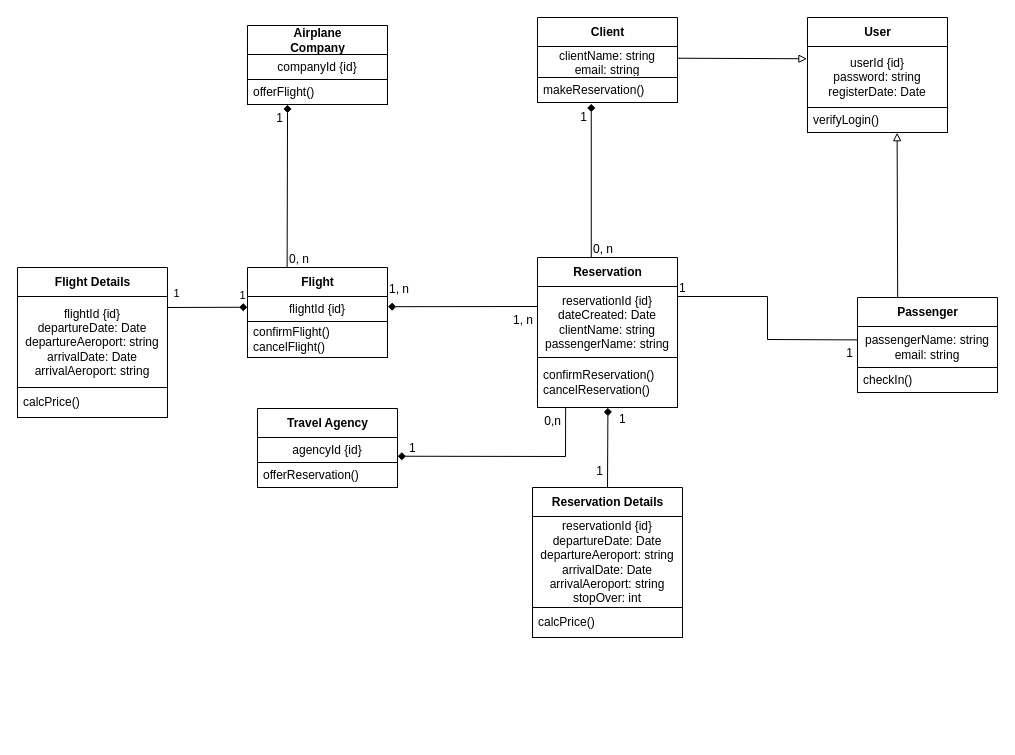
This is src/diag_class.drawio from plx-edu/brief-travel-uml, a draw.io file, before an edit. Source tidied: cells renumbered, new cells numbered last; positions are measured from the earlier drawing's top-left corner, leaving out a move shared by most shapes. Both pictures are drawn from the tidied source at 100%, with x=0, y=0 at pixel (17, 17).
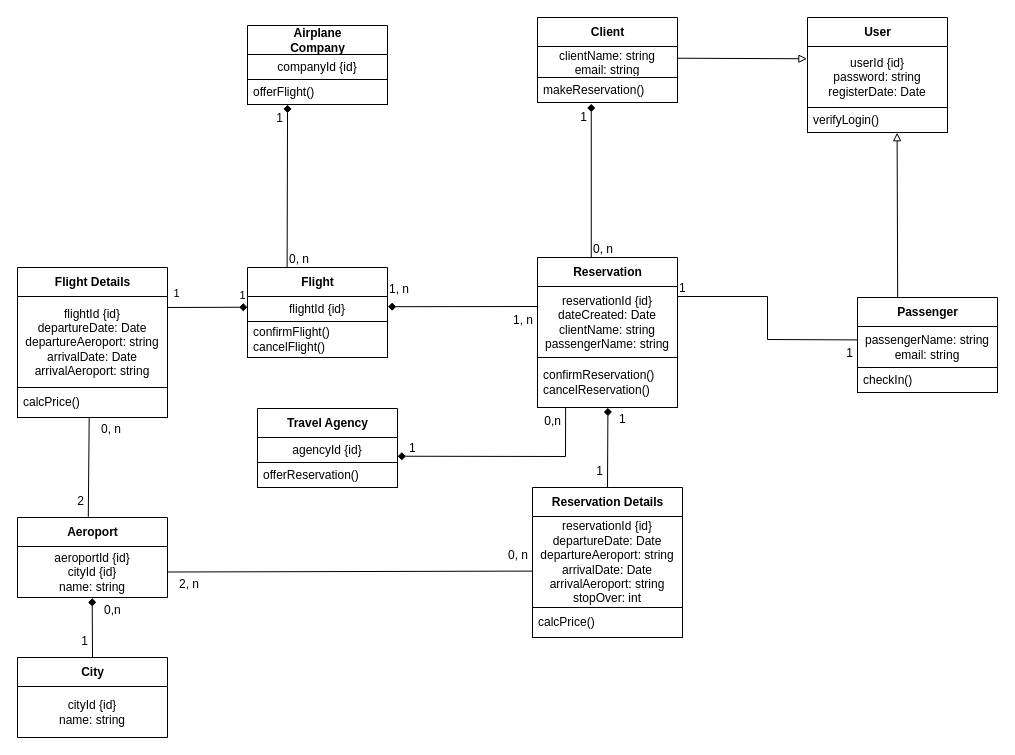
Above is the later version.

Commit message (it also covers changes not shown here):
Updated class diagram, added aeroport & city

The change refers to these unchanged cells:
```xml
<mxCell id="42" value="reservationId {id}&lt;br&gt;departureDate: Date&lt;br&gt;departureAeroport: string&lt;br&gt;arrivalDate: Date&lt;br&gt;arrivalAeroport: string&lt;br&gt;stopOver: int" style="text;html=1;strokeColor=none;fillColor=none;align=center;verticalAlign=middle;spacingLeft=4;spacingRight=4;overflow=hidden;points=[[0,0.5],[1,0.5]];portConstraint=eastwest;" parent="41" vertex="1">
  <mxGeometry y="29" width="150" height="91" as="geometry" />
</mxCell>
<mxCell id="48" value="calcPrice()" style="text;html=1;strokeColor=default;fillColor=none;align=left;verticalAlign=middle;spacingLeft=4;spacingRight=4;overflow=hidden;points=[[0,0.5],[1,0.5]];portConstraint=eastwest;" parent="46" vertex="1">
  <mxGeometry y="120" width="150" height="30" as="geometry" />
</mxCell>
```

What changed in the source:
```diff
@@
+    <mxCell id="56" value="Aeroport" style="swimlane;fontStyle=1;align=center;verticalAlign=middle;horizontal=1;startSize=29;html=1;" parent="1" vertex="1">
+      <mxGeometry y="500" width="150" height="80" as="geometry" />
+    </mxCell>
+    <mxCell id="57" value="aeroportId {id}&lt;br&gt;cityId {id}&lt;br&gt;name: string&lt;br&gt;" style="text;html=1;strokeColor=none;fillColor=none;align=center;verticalAlign=middle;spacingLeft=4;spacingRight=4;overflow=hidden;points=[[0,0.5],[1,0.5]];portConstraint=eastwest;" parent="56" vertex="1">
+      <mxGeometry y="29" width="150" height="51" as="geometry" />
+    </mxCell>
+    <mxCell id="58" value="City" style="swimlane;fontStyle=1;align=center;verticalAlign=middle;horizontal=1;startSize=29;html=1;" parent="1" vertex="1">
+      <mxGeometry y="640" width="150" height="80" as="geometry" />
+    </mxCell>
+    <mxCell id="59" value="cityId {id}&lt;br&gt;name: string" style="text;html=1;strokeColor=none;fillColor=none;align=center;verticalAlign=middle;spacingLeft=4;spacingRight=4;overflow=hidden;" parent="58" vertex="1">
+      <mxGeometry y="29" width="150" height="51" as="geometry" />
+    </mxCell>
+    <mxCell id="60" style="endArrow=none;html=1;rounded=0;align=center;verticalAlign=top;endFill=0;labelBackgroundColor=none;entryX=0.5;entryY=0;entryDx=0;entryDy=0;exitX=0.498;exitY=1.013;exitDx=0;exitDy=0;exitPerimeter=0;startArrow=diamond;startFill=1;" parent="1" edge="1" source="57" target="58">
+      <mxGeometry x="-0.07" y="5" relative="1" as="geometry" />
+    </mxCell>
+    <mxCell id="61" value="0,n" style="html=1;align=left;verticalAlign=bottom;labelBackgroundColor=none;" parent="60" vertex="1">
+      <mxGeometry x="-1" relative="1" as="geometry">
+        <mxPoint x="10" y="20" as="offset" />
+      </mxGeometry>
+    </mxCell>
+    <mxCell id="62" value="1" style="html=1;align=right;verticalAlign=top;labelBackgroundColor=none;" parent="60" vertex="1">
+      <mxGeometry x="1" relative="1" as="geometry">
+        <mxPoint x="-4" y="-30" as="offset" />
+      </mxGeometry>
+    </mxCell>
+    <mxCell id="63" style="endArrow=none;html=1;rounded=0;align=center;verticalAlign=top;endFill=0;labelBackgroundColor=none;entryX=0;entryY=0.6;entryDx=0;entryDy=0;exitX=1;exitY=0.5;exitDx=0;exitDy=0;startArrow=none;startFill=0;entryPerimeter=0;" parent="1" edge="1" source="57" target="42">
+      <mxGeometry x="-0.07" y="5" relative="1" as="geometry" />
+    </mxCell>
+    <mxCell id="64" value="2, n&lt;br&gt;" style="html=1;align=left;verticalAlign=bottom;labelBackgroundColor=none;" parent="63" vertex="1">
+      <mxGeometry x="-1" relative="1" as="geometry">
+        <mxPoint x="10" y="20" as="offset" />
+      </mxGeometry>
+    </mxCell>
+    <mxCell id="65" value="0, n" style="html=1;align=right;verticalAlign=top;labelBackgroundColor=none;" parent="63" vertex="1">
+      <mxGeometry x="1" relative="1" as="geometry">
+        <mxPoint x="-4" y="-30" as="offset" />
+      </mxGeometry>
+    </mxCell>
+    <mxCell id="66" style="endArrow=none;html=1;rounded=0;align=center;verticalAlign=top;endFill=0;labelBackgroundColor=none;entryX=0.472;entryY=-0.009;entryDx=0;entryDy=0;exitX=0.478;exitY=0.992;exitDx=0;exitDy=0;exitPerimeter=0;startArrow=none;startFill=0;entryPerimeter=0;" parent="1" edge="1" source="48" target="56">
+      <mxGeometry x="-0.07" y="5" relative="1" as="geometry" />
+    </mxCell>
+    <mxCell id="67" value="0, n" style="html=1;align=left;verticalAlign=bottom;labelBackgroundColor=none;" parent="66" vertex="1">
+      <mxGeometry x="-1" relative="1" as="geometry">
+        <mxPoint x="10" y="20" as="offset" />
+      </mxGeometry>
+    </mxCell>
+    <mxCell id="68" value="2" style="html=1;align=right;verticalAlign=top;labelBackgroundColor=none;" parent="66" vertex="1">
+      <mxGeometry x="1" relative="1" as="geometry">
+        <mxPoint x="-4" y="-30" as="offset" />
+      </mxGeometry>
+    </mxCell>
```
